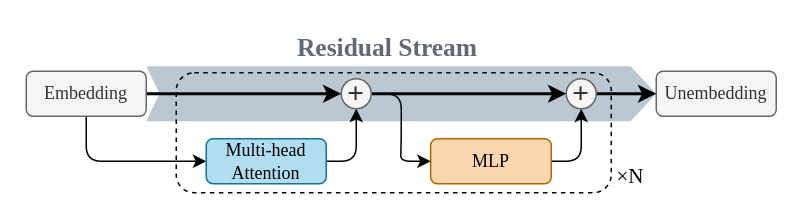
Before: UndergradThesis-transformer.drawio in ShiningCrevice/drawio-hosting, a draw.io diagram. Source tidied: cells renumbered, new cells numbered last; positions are measured from the earlier drawing's top-left corner, leaving out a move shared by most shapes. Both pictures are drawn from the tidied source at 150%, with x=0, y=0 at pixel (26, 26).
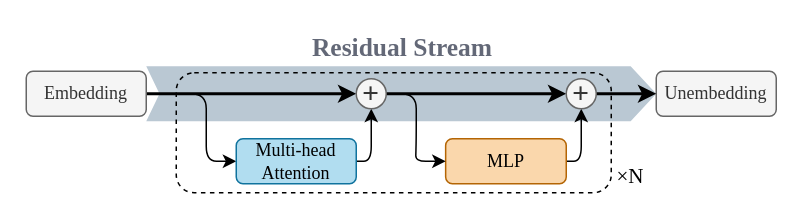
The same page after the edit.

The change refers to these unchanged cells:
```xml
<mxCell id="7" value="Embedding" style="rounded=1;whiteSpace=wrap;html=1;fontFamily=Times New Roman;fontSize=12;fillColor=#f5f5f5;strokeColor=#666666;fontColor=#333333;" parent="1" vertex="1">
  <mxGeometry y="30" width="80" height="30" as="geometry" />
</mxCell>
```

Diff of the diagram source:
```diff
@@
-    <mxCell id="6" style="edgeStyle=orthogonalEdgeStyle;shape=connector;curved=0;rounded=1;jettySize=auto;html=1;exitX=0.5;exitY=1;exitDx=0;exitDy=0;entryX=0;entryY=0.5;entryDx=0;entryDy=0;strokeColor=default;align=center;verticalAlign=middle;fontFamily=Helvetica;fontSize=11;fontColor=default;labelBackgroundColor=default;endArrow=classic;" parent="1" edge="1" source="7" target="9">
-      <mxGeometry relative="1" as="geometry" />
+    <mxCell id="6" style="edgeStyle=orthogonalEdgeStyle;shape=connector;curved=0;rounded=1;jettySize=auto;html=1;exitX=1;exitY=0.5;exitDx=0;exitDy=0;entryX=0;entryY=0.5;entryDx=0;entryDy=0;strokeColor=default;align=center;verticalAlign=middle;fontFamily=Helvetica;fontSize=11;fontColor=default;labelBackgroundColor=default;endArrow=classic;" parent="1" edge="1" source="7" target="9">
+      <mxGeometry relative="1" as="geometry">
+        <Array as="points">
+          <mxPoint x="120" y="45" />
+          <mxPoint x="120" y="90" />
+        </Array>
+      </mxGeometry>
     </mxCell>
@@
     <mxCell id="9" value="Multi-head Attention" style="rounded=1;whiteSpace=wrap;html=1;fontFamily=Times New Roman;fontSize=12;fillColor=#b1ddf0;strokeColor=#10739e;" parent="1" vertex="1">
-      <mxGeometry x="120" y="75" width="80" height="30" as="geometry" />
+      <mxGeometry x="140" y="75" width="80" height="30" as="geometry" />
     </mxCell>
@@
     <mxCell id="11" value="MLP" style="rounded=1;whiteSpace=wrap;html=1;fontFamily=Times New Roman;fontSize=12;fillColor=#fad7ac;strokeColor=#b46504;" parent="1" vertex="1">
-      <mxGeometry x="269.6" y="75" width="80.4" height="30" as="geometry" />
+      <mxGeometry x="279.6" y="75" width="80.4" height="30" as="geometry" />
     </mxCell>
@@
     <mxCell id="14" value="+" style="ellipse;whiteSpace=wrap;html=1;fontFamily=Helvetica;fontSize=19;fontStyle=0;fillColor=#f5f5f5;fontColor=#333333;strokeColor=#666666;" parent="1" vertex="1">
-      <mxGeometry x="210" y="35" width="20" height="20" as="geometry" />
+      <mxGeometry x="220" y="35" width="20" height="20" as="geometry" />
     </mxCell>
@@
     <mxCell id="17" value="&lt;font face=&quot;Times New Roman&quot;&gt;&lt;b&gt;Residual Stream&lt;/b&gt;&lt;/font&gt;" style="text;html=1;whiteSpace=wrap;strokeColor=none;fillColor=none;align=center;verticalAlign=middle;rounded=0;fontFamily=Helvetica;fontSize=17;fontColor=light-dark(#636877,#EDEDED);labelBackgroundColor=none;rotation=0;" parent="1" vertex="1">
-      <mxGeometry x="160" width="162.4" height="30" as="geometry" />
+      <mxGeometry x="170" width="162.4" height="30" as="geometry" />
     </mxCell>
```
